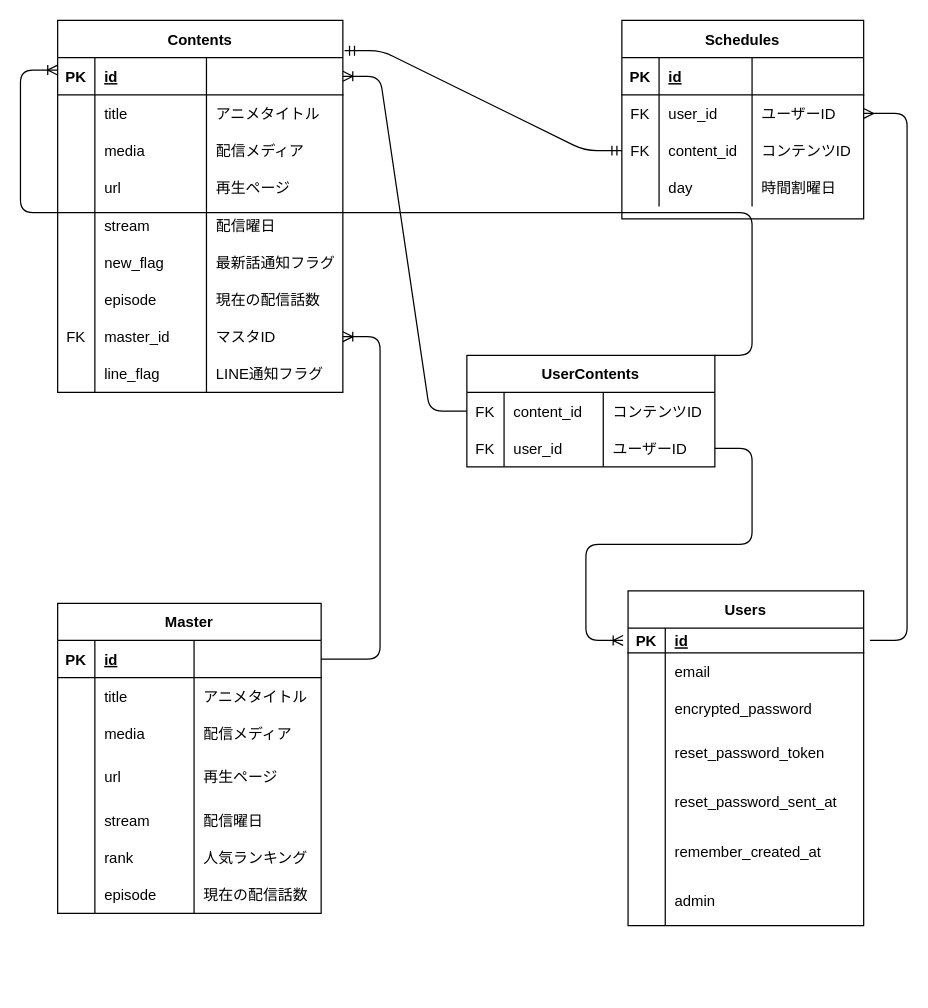
This is erd.dio from inoway46/subani, a draw.io file, before an edit. Source tidied: cells renumbered, new cells numbered last; positions are measured from the earlier drawing's top-left corner, leaving out a move shared by most shapes. Both pictures are drawn from the tidied source at 124%, with x=0, y=0 at pixel (57, 20).
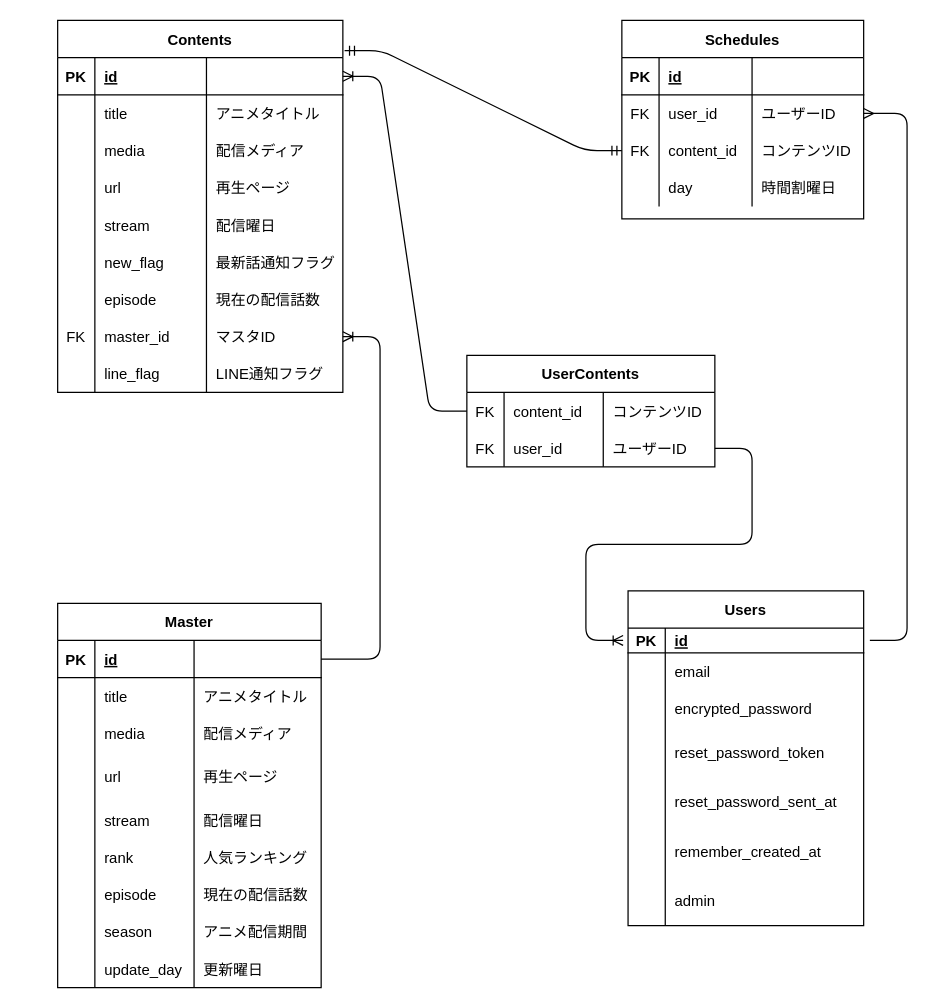
After the change.

The change refers to these unchanged cells:
```xml
<mxCell id="111" value="UserContents" style="shape=table;startSize=30;childLayout=tableLayout;rowLines=0;fontStyle=1;align=center;" parent="1" vertex="1">
  <mxGeometry x="330" y="270" width="200" height="90" as="geometry" />
</mxCell>
```

The edit, as a diff of the source:
```diff
@@
     <mxCell id="79" value="Master" style="shape=table;startSize=30;childLayout=tableLayout;rowLines=0;fontStyle=1;align=center;" parent="1" vertex="1">
-      <mxGeometry y="470" width="212.5" height="250" as="geometry" />
+      <mxGeometry y="470" width="212.5" height="310" as="geometry" />
     </mxCell>
@@
+    <mxCell id="123" style="shape=partialRectangle;fillColor=none;top=0;left=0;bottom=0;right=0;" parent="79" vertex="1">
+      <mxGeometry y="250" width="212.5" height="30" as="geometry" />
+    </mxCell>
+    <mxCell id="124" style="shape=partialRectangle;fillColor=none;top=0;left=0;bottom=0;right=0;overflow=hidden;" parent="123" vertex="1">
+      <mxGeometry width="30" height="30" as="geometry" />
+    </mxCell>
+    <mxCell id="125" value="season" style="shape=partialRectangle;fillColor=none;top=0;left=0;bottom=0;right=0;align=left;spacingLeft=6;overflow=hidden;" parent="123" vertex="1">
+      <mxGeometry x="30" width="80" height="30" as="geometry" />
+    </mxCell>
+    <mxCell id="126" value="アニメ配信期間" style="shape=partialRectangle;fillColor=none;top=0;left=0;bottom=0;right=0;align=left;spacingLeft=6;overflow=hidden;" parent="123" vertex="1">
+      <mxGeometry x="110" width="102.5" height="30" as="geometry" />
+    </mxCell>
+    <mxCell id="127" style="shape=partialRectangle;fillColor=none;top=0;left=0;bottom=0;right=0;" parent="79" vertex="1">
+      <mxGeometry y="280" width="212.5" height="30" as="geometry" />
+    </mxCell>
+    <mxCell id="128" style="shape=partialRectangle;fillColor=none;top=0;left=0;bottom=0;right=0;overflow=hidden;" parent="127" vertex="1">
+      <mxGeometry width="30" height="30" as="geometry" />
+    </mxCell>
+    <mxCell id="129" value="update_day" style="shape=partialRectangle;fillColor=none;top=0;left=0;bottom=0;right=0;align=left;spacingLeft=6;overflow=hidden;" parent="127" vertex="1">
+      <mxGeometry x="30" width="80" height="30" as="geometry" />
+    </mxCell>
+    <mxCell id="130" value="更新曜日" style="shape=partialRectangle;fillColor=none;top=0;left=0;bottom=0;right=0;align=left;spacingLeft=6;overflow=hidden;" parent="127" vertex="1">
+      <mxGeometry x="110" width="102.5" height="30" as="geometry" />
+    </mxCell>
@@
-    <mxCell id="121" style="edgeStyle=entityRelationEdgeStyle;fontSize=12;html=1;endArrow=ERoneToMany;entryX=1;entryY=0.5;entryDx=0;entryDy=0;exitX=1;exitY=0;exitDx=0;exitDy=0;" parent="1" edge="1" source="111">
-      <mxGeometry relative="1" as="geometry">
-        <mxPoint y="40" as="targetPoint" />
-      </mxGeometry>
-    </mxCell>
```
